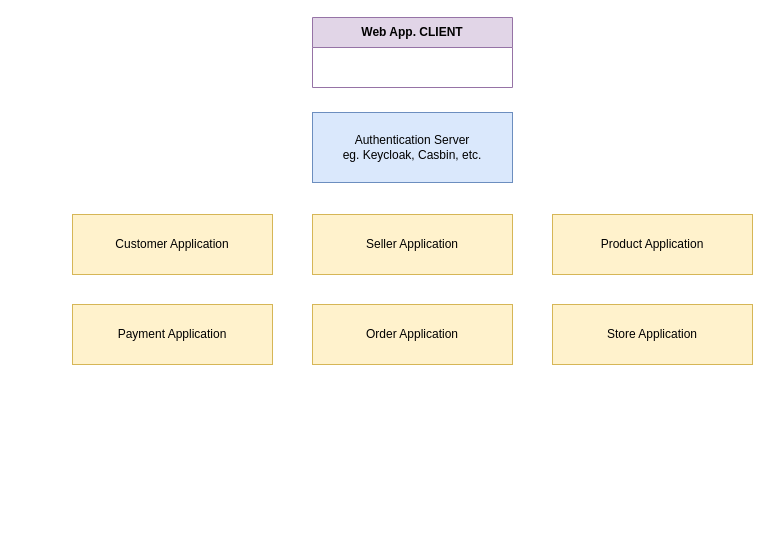
Above: marketplace-diagram/MarketplaceApplication.drawio in AlibekAltynbek/draw.io (draw.io), before the change. Source tidied: cells renumbered, new cells numbered last; positions are measured from the earlier drawing's top-left corner, leaving out a move shared by most shapes. Both pictures are drawn from the tidied source at 100%, with x=0, y=0 at pixel (72, 17).
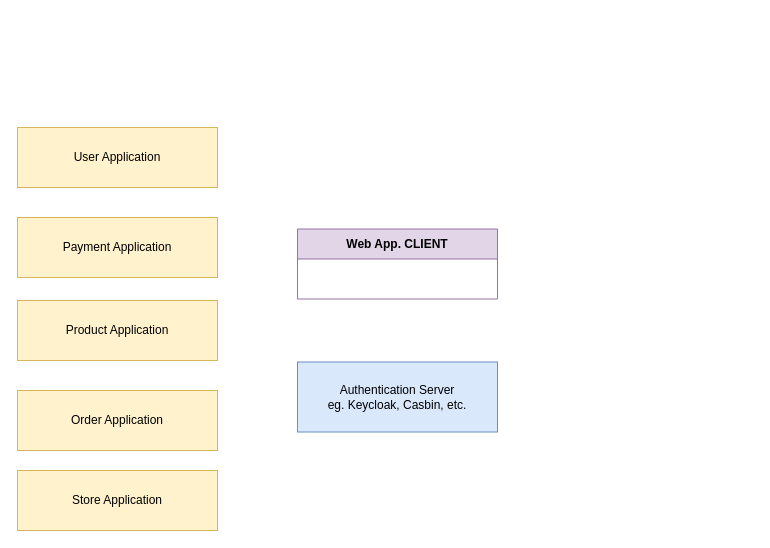
The same diagram, later.

Change to the diagram source:
```diff
@@
 <mxGraphModel>
   <root>
     <mxCell id="0" />
     <mxCell id="1" parent="0" />
     <mxCell id="2" value="Web App. CLIENT" style="swimlane;whiteSpace=wrap;html=1;startSize=30;fillColor=#e1d5e7;strokeColor=#9673a6;" parent="1" vertex="1">
-      <mxGeometry x="240" width="200" height="70" as="geometry" />
+      <mxGeometry x="225" y="211.5" width="200" height="70" as="geometry" />
     </mxCell>
     <mxCell id="3" value="Authentication Server&lt;br&gt;eg. Keycloak, Casbin, etc." style="rounded=0;whiteSpace=wrap;html=1;fillColor=#dae8fc;strokeColor=#6c8ebf;" parent="1" vertex="1">
-      <mxGeometry x="240" y="95" width="200" height="70" as="geometry" />
+      <mxGeometry x="225" y="344.5" width="200" height="70" as="geometry" />
     </mxCell>
-    <mxCell id="4" value="Customer Application" style="rounded=0;whiteSpace=wrap;html=1;fillColor=#fff2cc;strokeColor=#d6b656;" parent="1" vertex="1">
-      <mxGeometry y="197" width="200" height="60" as="geometry" />
+    <mxCell id="4" value="User Application" style="rounded=0;whiteSpace=wrap;html=1;fillColor=#fff2cc;strokeColor=#d6b656;" parent="1" vertex="1">
+      <mxGeometry x="-55" y="110" width="200" height="60" as="geometry" />
     </mxCell>
-    <mxCell id="5" value="Seller Application" style="rounded=0;whiteSpace=wrap;html=1;fillColor=#fff2cc;strokeColor=#d6b656;" parent="1" vertex="1">
-      <mxGeometry x="240" y="197" width="200" height="60" as="geometry" />
-    </mxCell>
     <mxCell id="6" value="Product Application" style="rounded=0;whiteSpace=wrap;html=1;fillColor=#fff2cc;strokeColor=#d6b656;" parent="1" vertex="1">
-      <mxGeometry x="480" y="197" width="200" height="60" as="geometry" />
+      <mxGeometry x="-55" y="283" width="200" height="60" as="geometry" />
     </mxCell>
     <mxCell id="7" value="&lt;div&gt;Order Application&lt;/div&gt;" style="rounded=0;whiteSpace=wrap;html=1;fillColor=#fff2cc;strokeColor=#d6b656;" parent="1" vertex="1">
-      <mxGeometry x="240" y="287" width="200" height="60" as="geometry" />
+      <mxGeometry x="-55" y="373" width="200" height="60" as="geometry" />
     </mxCell>
     <mxCell id="8" value="Store Application" style="rounded=0;whiteSpace=wrap;html=1;fillColor=#fff2cc;strokeColor=#d6b656;" parent="1" vertex="1">
-      <mxGeometry x="480" y="287" width="200" height="60" as="geometry" />
+      <mxGeometry x="-55" y="453" width="200" height="60" as="geometry" />
     </mxCell>
     <mxCell id="9" value="Payment Application" style="rounded=0;whiteSpace=wrap;html=1;fillColor=#fff2cc;strokeColor=#d6b656;" parent="1" vertex="1">
-      <mxGeometry y="287" width="200" height="60" as="geometry" />
+      <mxGeometry x="-55" y="200" width="200" height="60" as="geometry" />
     </mxCell>
   </root>
 </mxGraphModel>
```
